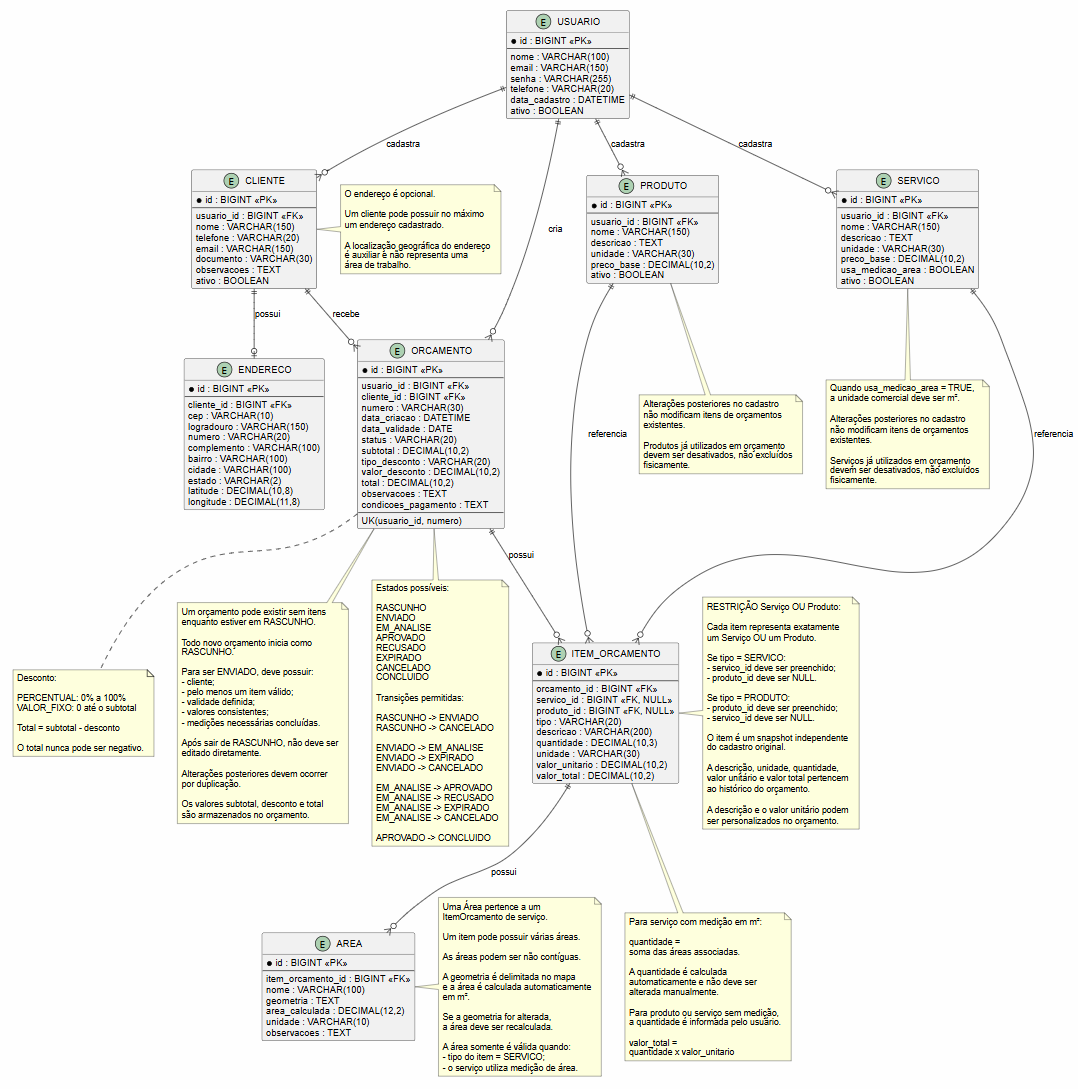
Before: apresentacao/der.png, a diagram exported from PlantUML (luanmasao/jardinagem-app). Its source is kept beside it as docs/uml/der.puml.
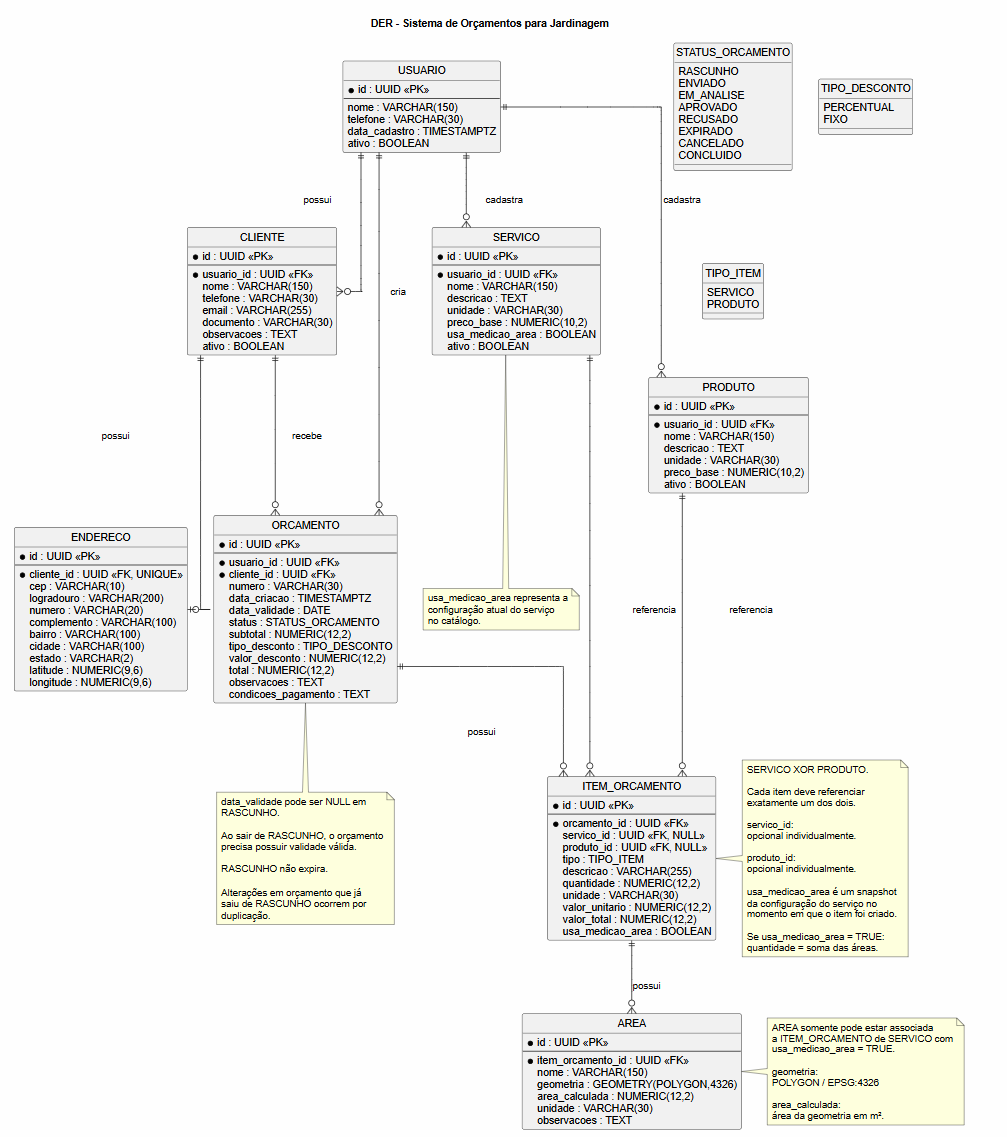
After the change.

Change to the diagram source:
```diff
@@ -1,115 +1,134 @@
 @startuml
 
-hide methods
-hide stereotypes
+title DER - Sistema de Orçamentos para Jardinagem
+
+hide circle
+skinparam linetype ortho
 
 entity USUARIO {
-    * id : BIGINT <<PK>>
+    * id : UUID <<PK>>
     --
-    nome : VARCHAR(100)
-    email : VARCHAR(150)
-    senha : VARCHAR(255)
-    telefone : VARCHAR(20)
-    data_cadastro : DATETIME
+    nome : VARCHAR(150)
+    telefone : VARCHAR(30)
+    data_cadastro : TIMESTAMPTZ
     ativo : BOOLEAN
 }
 
 entity CLIENTE {
-    * id : BIGINT <<PK>>
+    * id : UUID <<PK>>
     --
-    usuario_id : BIGINT <<FK>>
+    * usuario_id : UUID <<FK>>
     nome : VARCHAR(150)
-    telefone : VARCHAR(20)
-    email : VARCHAR(150)
+    telefone : VARCHAR(30)
+    email : VARCHAR(255)
     documento : VARCHAR(30)
     observacoes : TEXT
     ativo : BOOLEAN
 }
 
 entity ENDERECO {
-    * id : BIGINT <<PK>>
+    * id : UUID <<PK>>
     --
-    cliente_id : BIGINT <<FK>>
+    * cliente_id : UUID <<FK, UNIQUE>>
     cep : VARCHAR(10)
-    logradouro : VARCHAR(150)
+    logradouro : VARCHAR(200)
     numero : VARCHAR(20)
     complemento : VARCHAR(100)
     bairro : VARCHAR(100)
     cidade : VARCHAR(100)
     estado : VARCHAR(2)
-    latitude : DECIMAL(10,8)
-    longitude : DECIMAL(11,8)
+    latitude : NUMERIC(9,6)
+    longitude : NUMERIC(9,6)
 }
 
 entity SERVICO {
-    * id : BIGINT <<PK>>
+    * id : UUID <<PK>>
     --
-    usuario_id : BIGINT <<FK>>
+    * usuario_id : UUID <<FK>>
     nome : VARCHAR(150)
     descricao : TEXT
     unidade : VARCHAR(30)
-    preco_base : DECIMAL(10,2)
+    preco_base : NUMERIC(10,2)
     usa_medicao_area : BOOLEAN
     ativo : BOOLEAN
 }
 
 entity PRODUTO {
-    * id : BIGINT <<PK>>
+    * id : UUID <<PK>>
     --
-    usuario_id : BIGINT <<FK>>
+    * usuario_id : UUID <<FK>>
     nome : VARCHAR(150)
     descricao : TEXT
     unidade : VARCHAR(30)
-    preco_base : DECIMAL(10,2)
+    preco_base : NUMERIC(10,2)
     ativo : BOOLEAN
 }
 
 entity ORCAMENTO {
-    * id : BIGINT <<PK>>
+    * id : UUID <<PK>>
     --
-    usuario_id : BIGINT <<FK>>
-    cliente_id : BIGINT <<FK>>
+    * usuario_id : UUID <<FK>>
+    * cliente_id : UUID <<FK>>
     numero : VARCHAR(30)
-    data_criacao : DATETIME
+    data_criacao : TIMESTAMPTZ
     data_validade : DATE
-    status : VARCHAR(20)
-    subtotal : DECIMAL(10,2)
-    tipo_desconto : VARCHAR(20)
-    valor_desconto : DECIMAL(10,2)
-    total : DECIMAL(10,2)
+    status : STATUS_ORCAMENTO
+    subtotal : NUMERIC(12,2)
+    tipo_desconto : TIPO_DESCONTO
+    valor_desconto : NUMERIC(12,2)
+    total : NUMERIC(12,2)
     observacoes : TEXT
     condicoes_pagamento : TEXT
-    --
-    UK(usuario_id, numero)
 }
 
 entity ITEM_ORCAMENTO {
-    * id : BIGINT <<PK>>
+    * id : UUID <<PK>>
     --
-    orcamento_id : BIGINT <<FK>>
-    servico_id : BIGINT <<FK, NULL>>
-    produto_id : BIGINT <<FK, NULL>>
-    tipo : VARCHAR(20)
-    descricao : VARCHAR(200)
-    quantidade : DECIMAL(10,3)
+    * orcamento_id : UUID <<FK>>
+    servico_id : UUID <<FK, NULL>>
+    produto_id : UUID <<FK, NULL>>
+    tipo : TIPO_ITEM
+    descricao : VARCHAR(255)
+    quantidade : NUMERIC(12,2)
     unidade : VARCHAR(30)
-    valor_unitario : DECIMAL(10,2)
-    valor_total : DECIMAL(10,2)
+    valor_unitario : NUMERIC(12,2)
+    valor_total : NUMERIC(12,2)
+    usa_medicao_area : BOOLEAN
 }
 
 entity AREA {
-    * id : BIGINT <<PK>>
+    * id : UUID <<PK>>
     --
-    item_orcamento_id : BIGINT <<FK>>
-    nome : VARCHAR(100)
-    geometria : TEXT
-    area_calculada : DECIMAL(12,2)
-    unidade : VARCHAR(10)
+    * item_orcamento_id : UUID <<FK>>
+    nome : VARCHAR(150)
+    geometria : GEOMETRY(POLYGON,4326)
+    area_calculada : NUMERIC(12,2)
+    unidade : VARCHAR(30)
     observacoes : TEXT
 }
 
+enum STATUS_ORCAMENTO {
+    RASCUNHO
+    ENVIADO
+    EM_ANALISE
+    APROVADO
+    RECUSADO
+    EXPIRADO
+    CANCELADO
+    CONCLUIDO
+}
 
-USUARIO ||--o{ CLIENTE : cadastra
+enum TIPO_DESCONTO {
+    PERCENTUAL
+    FIXO
+}
+
+enum TIPO_ITEM {
+    SERVICO
+    PRODUTO
+}
+
+USUARIO ||--o{ CLIENTE : possui
 USUARIO ||--o{ SERVICO : cadastra
 USUARIO ||--o{ PRODUTO : cadastra
 USUARIO ||--o{ ORCAMENTO : cria
@@ -124,173 +143,56 @@
 
 ITEM_ORCAMENTO ||--o{ AREA : possui
 
+note right of ITEM_ORCAMENTO
+    SERVICO XOR PRODUTO.
 
-note right of CLIENTE
-O endereço é opcional.
+    Cada item deve referenciar
+    exatamente um dos dois.
 
-Um cliente pode possuir no máximo
-um endereço cadastrado.
+    servico_id:
+    opcional individualmente.
 
-A localização geográfica do endereço
-é auxiliar e não representa uma
-área de trabalho.
+    produto_id:
+    opcional individualmente.
+
+    usa_medicao_area é um snapshot
+    da configuração do serviço no
+    momento em que o item foi criado.
+
+    Se usa_medicao_area = TRUE:
+    quantidade = soma das áreas.
 end note
 
+note right of AREA
+    AREA somente pode estar associada
+    a ITEM_ORCAMENTO de SERVICO com
+    usa_medicao_area = TRUE.
 
-note right of ITEM_ORCAMENTO
-RESTRIÇÃO Serviço OU Produto:
+    geometria:
+    POLYGON / EPSG:4326
 
-Cada item representa exatamente
-um Serviço OU um Produto.
-
-Se tipo = SERVICO:
-- servico_id deve ser preenchido;
-- produto_id deve ser NULL.
-
-Se tipo = PRODUTO:
-- produto_id deve ser preenchido;
-- servico_id deve ser NULL.
-
-O item é um snapshot independente
-do cadastro original.
-
-A descrição, unidade, quantidade,
-valor unitário e valor total pertencem
-ao histórico do orçamento.
-
-A descrição e o valor unitário podem
-ser personalizados no orçamento.
+    area_calculada:
+    área da geometria em m².
 end note
 
+note bottom of ORCAMENTO
+    data_validade pode ser NULL em
+    RASCUNHO.
 
-note right of AREA
-Uma Área pertence a um
-ItemOrcamento de serviço.
+    Ao sair de RASCUNHO, o orçamento
+    precisa possuir validade válida.
 
-Um item pode possuir várias áreas.
+    RASCUNHO não expira.
 
-As áreas podem ser não contíguas.
-
-A geometria é delimitada no mapa
-e a área é calculada automaticamente
-em m².
-
-Se a geometria for alterada,
-a área deve ser recalculada.
-
-A área somente é válida quando:
-- tipo do item = SERVICO;
-- o serviço utiliza medição de área.
+    Alterações em orçamento que já
+    saiu de RASCUNHO ocorrem por
+    duplicação.
 end note
 
-
 note bottom of SERVICO
-Quando usa_medicao_area = TRUE,
-a unidade comercial deve ser m².
-
-Alterações posteriores no cadastro
-não modificam itens de orçamentos
-existentes.
-
-Serviços já utilizados em orçamento
-devem ser desativados, não excluídos
-fisicamente.
-end note
-
-
-note bottom of PRODUTO
-Alterações posteriores no cadastro
-não modificam itens de orçamentos
-existentes.
-
-Produtos já utilizados em orçamento
-devem ser desativados, não excluídos
-fisicamente.
-end note
-
-
-note bottom of ORCAMENTO
-Um orçamento pode existir sem itens
-enquanto estiver em RASCUNHO.
-
-Todo novo orçamento inicia como
-RASCUNHO.
-
-Para ser ENVIADO, deve possuir:
-- cliente;
-- pelo menos um item válido;
-- validade definida;
-- valores consistentes;
-- medições necessárias concluídas.
-
-Após sair de RASCUNHO, não deve ser
-editado diretamente.
-
-Alterações posteriores devem ocorrer
-por duplicação.
-
-Os valores subtotal, desconto e total
-são armazenados no orçamento.
-end note
-
-
-note bottom of ORCAMENTO
-Estados possíveis:
-
-RASCUNHO
-ENVIADO
-EM_ANALISE
-APROVADO
-RECUSADO
-EXPIRADO
-CANCELADO
-CONCLUIDO
-
-Transições permitidas:
-
-RASCUNHO -> ENVIADO
-RASCUNHO -> CANCELADO
-
-ENVIADO -> EM_ANALISE
-ENVIADO -> EXPIRADO
-ENVIADO -> CANCELADO
-
-EM_ANALISE -> APROVADO
-EM_ANALISE -> RECUSADO
-EM_ANALISE -> EXPIRADO
-EM_ANALISE -> CANCELADO
-
-APROVADO -> CONCLUIDO
-end note
-
-
-note bottom of ORCAMENTO
-Desconto:
-
-PERCENTUAL: 0% a 100%
-VALOR_FIXO: 0 até o subtotal
-
-Total = subtotal - desconto
-
-O total nunca pode ser negativo.
-end note
-
-
-note bottom of ITEM_ORCAMENTO
-Para serviço com medição em m²:
-
-quantidade =
-soma das áreas associadas.
-
-A quantidade é calculada
-automaticamente e não deve ser
-alterada manualmente.
-
-Para produto ou serviço sem medição,
-a quantidade é informada pelo usuário.
-
-valor_total =
-quantidade x valor_unitario
+    usa_medicao_area representa a
+    configuração atual do serviço
+    no catálogo.
 end note
 
 @enduml
```
